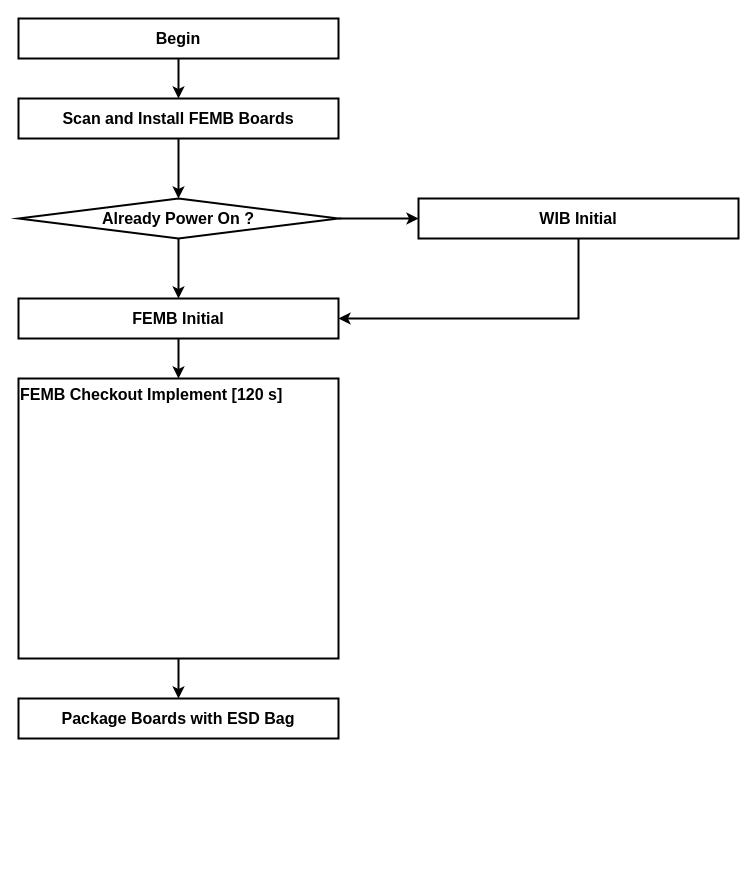
Before: page "Page-2" (2 of 3) of Checkout.drawio in lkebnl/Draw_IO, a draw.io diagram. Source tidied: cells renumbered, new cells numbered last; positions are measured from the earlier drawing's top-left corner, leaving out a move shared by most shapes. Both pictures are drawn from the tidied source at 100%, with x=0, y=0 at pixel (18, 18).
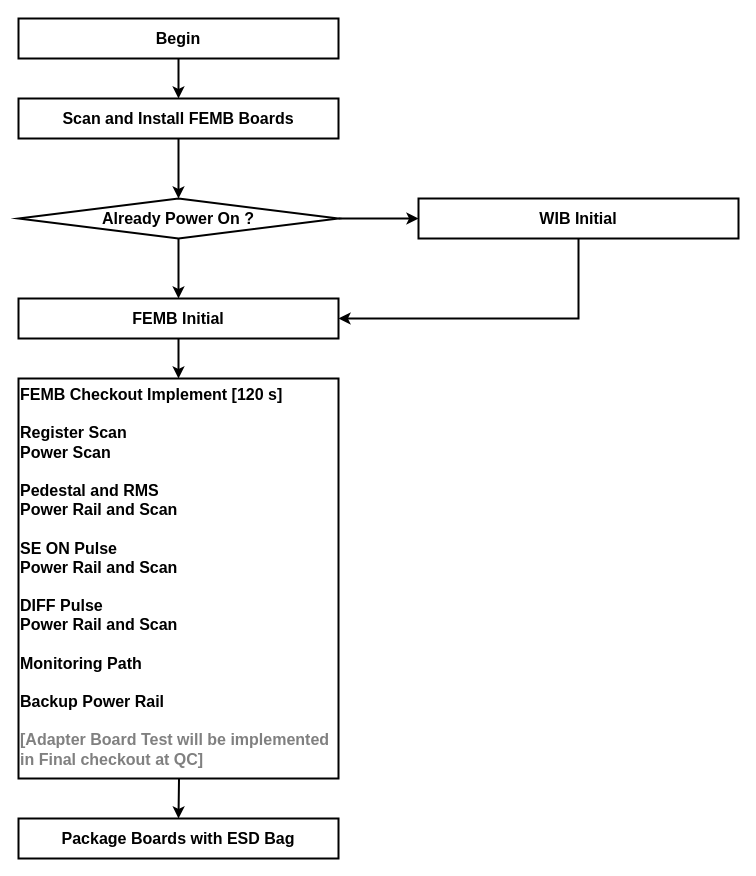
Above is the later version.

The edit, as a diff of the source:
```diff
@@
 <mxGraphModel>
   <root>
     <mxCell id="0" />
     <mxCell id="1" parent="0" />
     <mxCell id="2" style="edgeStyle=orthogonalEdgeStyle;rounded=0;jettySize=auto;html=1;exitX=1;exitY=0.5;exitDx=0;exitDy=0;entryX=0;entryY=0.5;entryDx=0;entryDy=0;fontSize=16;fontStyle=1;strokeWidth=2;" parent="1" edge="1" source="4" target="12">
       <mxGeometry relative="1" as="geometry" />
     </mxCell>
     <mxCell id="3" style="edgeStyle=orthogonalEdgeStyle;rounded=0;jettySize=auto;html=1;exitX=0.5;exitY=1;exitDx=0;exitDy=0;entryX=0.5;entryY=0;entryDx=0;entryDy=0;fontSize=16;fontStyle=1;strokeWidth=2;" parent="1" edge="1" source="4" target="14">
       <mxGeometry relative="1" as="geometry" />
     </mxCell>
     <mxCell id="4" value="Already&amp;nbsp;&lt;span style=&quot;background-color: transparent; color: light-dark(rgb(0, 0, 0), rgb(255, 255, 255));&quot;&gt;Power On ?&lt;/span&gt;" style="rhombus;whiteSpace=wrap;html=1;fontSize=16;fontStyle=1;strokeWidth=2;" parent="1" vertex="1">
       <mxGeometry y="180" width="320" height="40" as="geometry" />
     </mxCell>
-    <mxCell id="5" style="edgeStyle=orthogonalEdgeStyle;rounded=0;jettySize=auto;html=1;exitX=0.5;exitY=1;exitDx=0;exitDy=0;entryX=0.5;entryY=0;entryDx=0;entryDy=0;strokeWidth=2;" parent="1" edge="1" source="6" target="15">
-      <mxGeometry relative="1" as="geometry" />
+    <mxCell id="5" style="edgeStyle=orthogonalEdgeStyle;rounded=0;jettySize=auto;html=1;exitX=0.5;exitY=1;exitDx=0;exitDy=0;entryX=0.5;entryY=0;entryDx=0;entryDy=0;strokeWidth=2;" parent="1" edge="1" target="15">
+      <mxGeometry relative="1" as="geometry">
+        <mxPoint x="160" y="720" as="sourcePoint" />
+      </mxGeometry>
     </mxCell>
-    <mxCell id="6" value="FEMB Checkout Implement [120 s]" style="rounded=0;whiteSpace=wrap;html=1;align=left;verticalAlign=top;fontSize=16;fontStyle=1;strokeWidth=2;" parent="1" vertex="1">
-      <mxGeometry y="360" width="320" height="280" as="geometry" />
+    <mxCell id="6" value="FEMB Checkout Implement [120 s]&lt;div&gt;&lt;br&gt;&lt;/div&gt;&lt;div&gt;Register Scan&lt;/div&gt;&lt;div&gt;Power Scan&lt;/div&gt;&lt;div&gt;&lt;br&gt;&lt;/div&gt;&lt;div&gt;Pedestal and RMS&lt;/div&gt;&lt;div&gt;Power Rail and Scan&lt;/div&gt;&lt;div&gt;&lt;br&gt;&lt;/div&gt;&lt;div&gt;SE ON Pulse&lt;/div&gt;&lt;div&gt;Power Rail and Scan&lt;/div&gt;&lt;div&gt;&lt;br&gt;&lt;/div&gt;&lt;div&gt;DIFF Pulse&lt;/div&gt;&lt;div&gt;Power Rail and Scan&lt;/div&gt;&lt;div&gt;&lt;br&gt;&lt;/div&gt;&lt;div&gt;Monitoring Path&lt;/div&gt;&lt;div&gt;&lt;br&gt;&lt;/div&gt;&lt;div&gt;Backup Power Rail&lt;/div&gt;&lt;div&gt;&lt;br&gt;&lt;/div&gt;&lt;div&gt;&lt;font color=&quot;#808080&quot;&gt;[Adapter Board Test will be implemented in Final checkout at QC]&lt;/font&gt;&lt;/div&gt;&lt;div&gt;&lt;br&gt;&lt;/div&gt;" style="rounded=0;whiteSpace=wrap;html=1;align=left;verticalAlign=top;fontSize=16;fontStyle=1;strokeWidth=2;" parent="1" vertex="1">
+      <mxGeometry y="360" width="320" height="400" as="geometry" />
     </mxCell>
     <mxCell id="7" style="edgeStyle=orthogonalEdgeStyle;rounded=0;jettySize=auto;html=1;exitX=0.5;exitY=1;exitDx=0;exitDy=0;fontSize=16;fontStyle=1;strokeWidth=2;" parent="1" edge="1" source="8" target="10">
       <mxGeometry relative="1" as="geometry" />
     </mxCell>
     <mxCell id="8" value="Begin" style="rounded=0;whiteSpace=wrap;html=1;fontSize=16;fontStyle=1;strokeWidth=2;" parent="1" vertex="1">
       <mxGeometry width="320" height="40" as="geometry" />
     </mxCell>
     <mxCell id="9" style="edgeStyle=orthogonalEdgeStyle;rounded=0;jettySize=auto;html=1;exitX=0.5;exitY=1;exitDx=0;exitDy=0;entryX=0.5;entryY=0;entryDx=0;entryDy=0;fontSize=16;fontStyle=1;strokeWidth=2;" parent="1" edge="1" source="10" target="4">
       <mxGeometry relative="1" as="geometry" />
     </mxCell>
     <mxCell id="10" value="Scan and Install FEMB Boards" style="rounded=0;whiteSpace=wrap;html=1;fontSize=16;fontStyle=1;strokeWidth=2;" parent="1" vertex="1">
       <mxGeometry y="80" width="320" height="40" as="geometry" />
     </mxCell>
     <mxCell id="11" style="edgeStyle=orthogonalEdgeStyle;rounded=0;jettySize=auto;html=1;exitX=0.5;exitY=1;exitDx=0;exitDy=0;entryX=1;entryY=0.5;entryDx=0;entryDy=0;fontSize=16;fontStyle=1;strokeWidth=2;" parent="1" edge="1" source="12" target="14">
       <mxGeometry relative="1" as="geometry" />
     </mxCell>
     <mxCell id="12" value="WIB Initial" style="rounded=0;whiteSpace=wrap;html=1;fontSize=16;fontStyle=1;strokeWidth=2;" parent="1" vertex="1">
       <mxGeometry x="400" y="180" width="320" height="40" as="geometry" />
     </mxCell>
     <mxCell id="13" style="edgeStyle=orthogonalEdgeStyle;rounded=0;jettySize=auto;html=1;exitX=0.5;exitY=1;exitDx=0;exitDy=0;entryX=0.5;entryY=0;entryDx=0;entryDy=0;fontSize=16;fontStyle=1;strokeWidth=2;" parent="1" edge="1" source="14" target="6">
       <mxGeometry relative="1" as="geometry" />
     </mxCell>
     <mxCell id="14" value="FEMB Initial" style="rounded=0;whiteSpace=wrap;html=1;fontSize=16;fontStyle=1;strokeWidth=2;" parent="1" vertex="1">
       <mxGeometry y="280" width="320" height="40" as="geometry" />
     </mxCell>
     <mxCell id="15" value="Package Boards with ESD Bag" style="rounded=0;whiteSpace=wrap;html=1;fontSize=16;fontStyle=1;strokeWidth=2;" parent="1" vertex="1">
-      <mxGeometry y="680" width="320" height="40" as="geometry" />
+      <mxGeometry y="800" width="320" height="40" as="geometry" />
     </mxCell>
   </root>
 </mxGraphModel>
```
